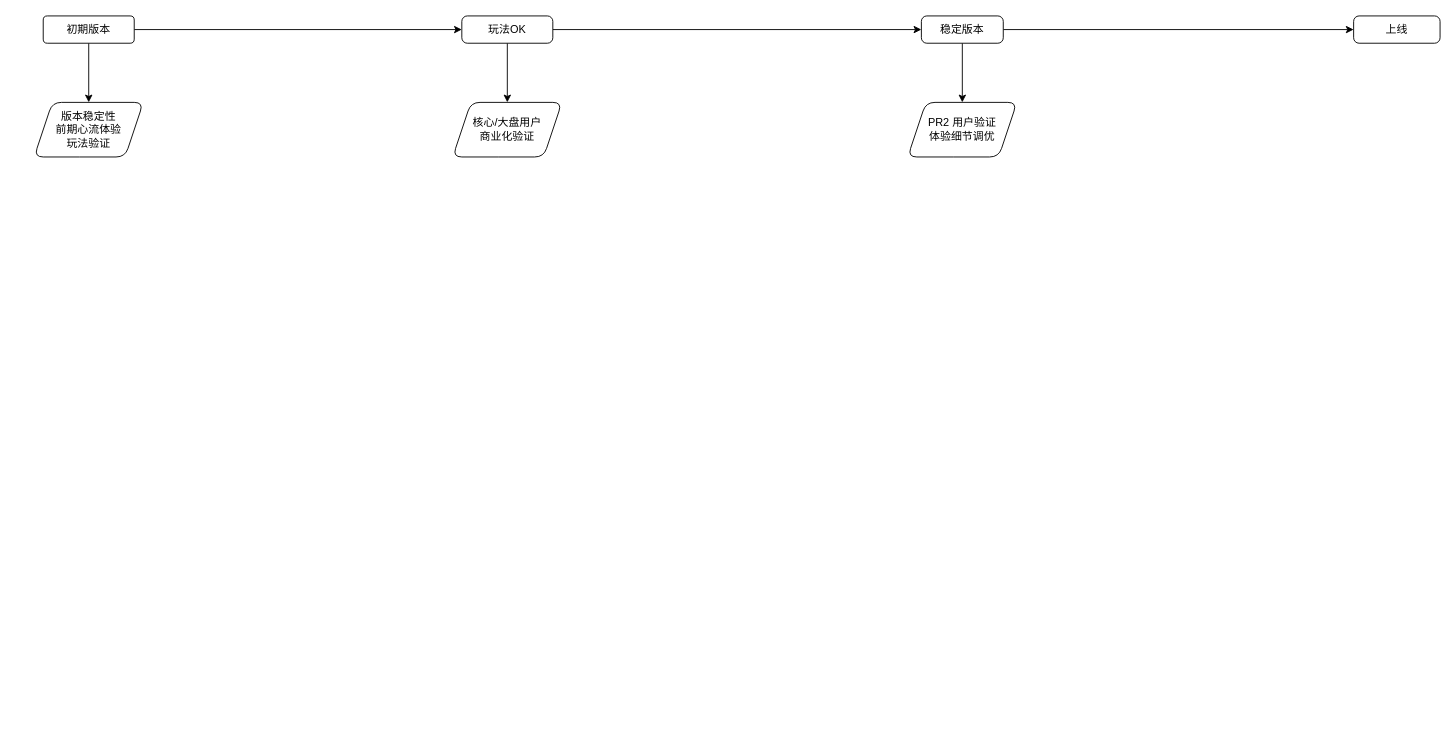
This is Untitled Diagram.drawio from rickyi22/create-a-thing, a draw.io file, before an edit. Source tidied: cells renumbered, new cells numbered last; positions are measured from the earlier drawing's top-left corner, leaving out a move shared by most shapes. Both pictures are drawn from the tidied source at 91%, with x=0, y=0 at pixel (34, 15).
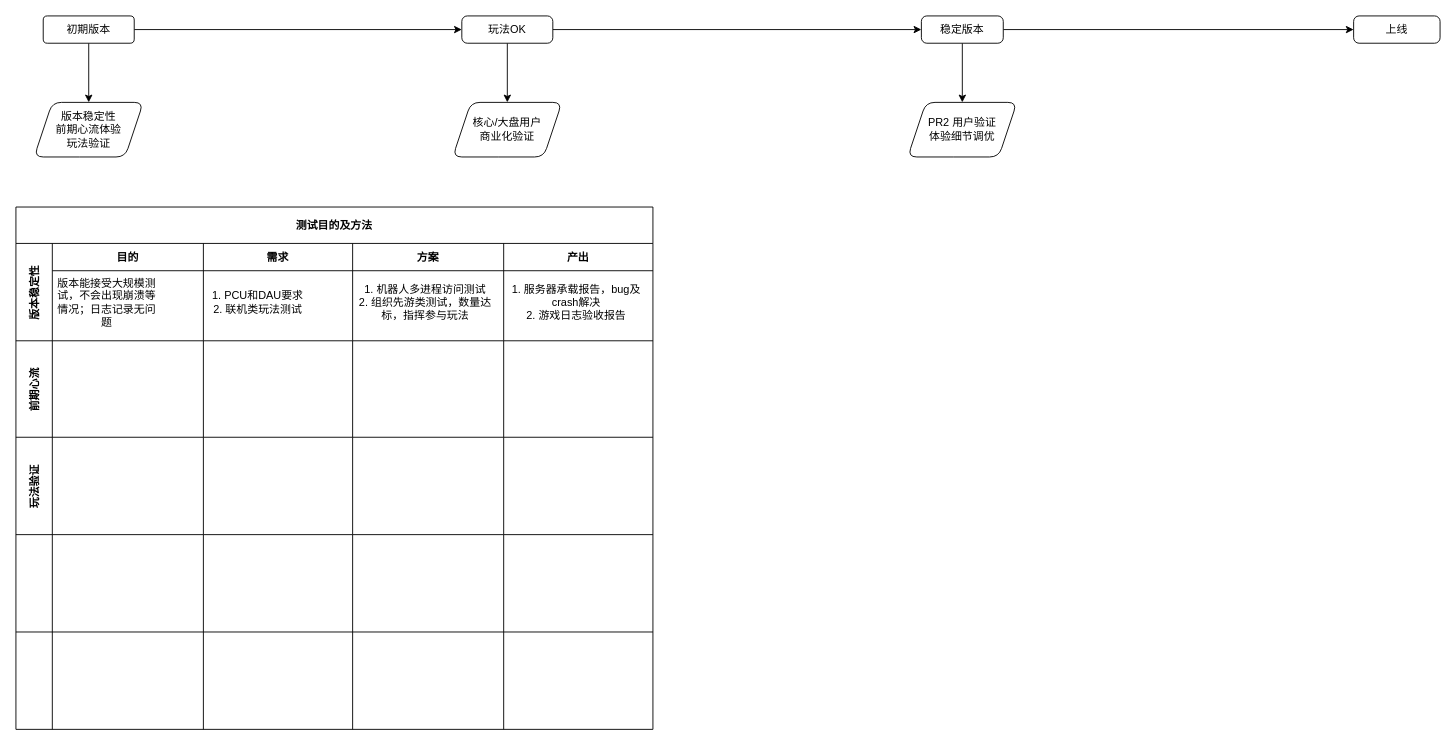
The same page after the edit.

Change to the diagram source:
```diff
@@
+    <mxCell id="15" value="测试目的及方法" style="shape=table;childLayout=tableLayout;startSize=40;fontStyle=1;" parent="1" vertex="1">
+      <mxGeometry x="-20" y="210" width="700" height="574" as="geometry" />
+    </mxCell>
+    <mxCell id="16" value="版本稳定性" style="shape=tableRow;horizontal=0;startSize=40;swimlaneHead=0;swimlaneBody=0;top=0;left=0;bottom=0;right=0;fillColor=none;fontStyle=1;" parent="15" vertex="1">
+      <mxGeometry y="40" width="700" height="107" as="geometry" />
+    </mxCell>
+    <mxCell id="17" value="目的" style="swimlane;swimlaneHead=0;swimlaneBody=0;fontStyle=0;fillColor=none;startSize=30;fontStyle=1;" parent="16" vertex="1">
+      <mxGeometry x="40" width="166" height="107" as="geometry" />
+    </mxCell>
+    <mxCell id="18" value="版本能接受大规模测试，不会出现崩溃等情况；日志记录无问题" style="text;html=1;strokeColor=none;fillColor=none;align=center;verticalAlign=middle;whiteSpace=wrap;rounded=0;" parent="17" vertex="1">
+      <mxGeometry y="30" width="120" height="70" as="geometry" />
+    </mxCell>
+    <mxCell id="19" value="需求" style="swimlane;swimlaneHead=0;swimlaneBody=0;fontStyle=0;fillColor=none;startSize=30;fontStyle=1;" parent="16" vertex="1">
+      <mxGeometry x="206" width="164" height="107" as="geometry" />
+    </mxCell>
+    <mxCell id="20" value="1. PCU和DAU要求&lt;br&gt;2. 联机类玩法测试" style="text;html=1;strokeColor=none;fillColor=none;align=center;verticalAlign=middle;whiteSpace=wrap;rounded=0;" parent="19" vertex="1">
+      <mxGeometry y="30" width="120" height="70" as="geometry" />
+    </mxCell>
+    <mxCell id="21" value="方案" style="swimlane;swimlaneHead=0;swimlaneBody=0;fontStyle=0;fillColor=none;startSize=30;fontStyle=1;" parent="16" vertex="1">
+      <mxGeometry x="370" width="166" height="107" as="geometry" />
+    </mxCell>
+    <mxCell id="22" value="1. 机器人多进程访问测试&lt;br&gt;2. 组织先游类测试，数量达标，指挥参与玩法" style="text;html=1;strokeColor=none;fillColor=none;align=center;verticalAlign=middle;whiteSpace=wrap;rounded=0;" parent="21" vertex="1">
+      <mxGeometry y="30" width="160" height="70" as="geometry" />
+    </mxCell>
+    <mxCell id="23" value="产出" style="swimlane;swimlaneHead=0;swimlaneBody=0;fontStyle=0;fillColor=none;startSize=30;fontStyle=1;" parent="16" vertex="1">
+      <mxGeometry x="536" width="164" height="107" as="geometry" />
+    </mxCell>
+    <mxCell id="24" value="1. 服务器承载报告，bug及crash解决&lt;br&gt;2. 游戏日志验收报告" style="text;html=1;strokeColor=none;fillColor=none;align=center;verticalAlign=middle;whiteSpace=wrap;rounded=0;" parent="23" vertex="1">
+      <mxGeometry y="30" width="160" height="70" as="geometry" />
+    </mxCell>
+    <mxCell id="25" value="前期心流" style="shape=tableRow;horizontal=0;startSize=40;swimlaneHead=0;swimlaneBody=0;top=0;left=0;bottom=0;right=0;fillColor=none;fontStyle=1;" parent="15" vertex="1">
+      <mxGeometry y="147" width="700" height="106" as="geometry" />
+    </mxCell>
+    <mxCell id="26" style="swimlane;swimlaneHead=0;swimlaneBody=0;fontStyle=0;fillColor=none;startSize=0;fontStyle=1;" parent="25" vertex="1">
+      <mxGeometry x="40" width="166" height="106" as="geometry" />
+    </mxCell>
+    <mxCell id="27" style="swimlane;swimlaneHead=0;swimlaneBody=0;fontStyle=0;fillColor=none;startSize=0;fontStyle=1;" parent="25" vertex="1">
+      <mxGeometry x="206" width="164" height="106" as="geometry" />
+    </mxCell>
+    <mxCell id="28" style="swimlane;swimlaneHead=0;swimlaneBody=0;fontStyle=0;fillColor=none;startSize=0;fontStyle=1;" parent="25" vertex="1">
+      <mxGeometry x="370" width="166" height="106" as="geometry" />
+    </mxCell>
+    <mxCell id="29" style="swimlane;swimlaneHead=0;swimlaneBody=0;fontStyle=0;fillColor=none;startSize=0;fontStyle=1;" parent="25" vertex="1">
+      <mxGeometry x="536" width="164" height="106" as="geometry" />
+    </mxCell>
+    <mxCell id="30" value="玩法验证" style="shape=tableRow;horizontal=0;startSize=40;swimlaneHead=0;swimlaneBody=0;top=0;left=0;bottom=0;right=0;fillColor=none;fontStyle=1;" parent="15" vertex="1">
+      <mxGeometry y="253" width="700" height="107" as="geometry" />
+    </mxCell>
+    <mxCell id="31" style="swimlane;swimlaneHead=0;swimlaneBody=0;fontStyle=0;fillColor=none;startSize=0;fontStyle=1;" parent="30" vertex="1">
+      <mxGeometry x="40" width="166" height="107" as="geometry" />
+    </mxCell>
+    <mxCell id="32" style="swimlane;swimlaneHead=0;swimlaneBody=0;fontStyle=0;fillColor=none;startSize=0;fontStyle=1;" parent="30" vertex="1">
+      <mxGeometry x="206" width="164" height="107" as="geometry" />
+    </mxCell>
+    <mxCell id="33" style="swimlane;swimlaneHead=0;swimlaneBody=0;fontStyle=0;fillColor=none;startSize=0;fontStyle=1;" parent="30" vertex="1">
+      <mxGeometry x="370" width="166" height="107" as="geometry" />
+    </mxCell>
+    <mxCell id="34" style="swimlane;swimlaneHead=0;swimlaneBody=0;fontStyle=0;fillColor=none;startSize=0;fontStyle=1;" parent="30" vertex="1">
+      <mxGeometry x="536" width="164" height="107" as="geometry" />
+    </mxCell>
+    <mxCell id="35" style="shape=tableRow;horizontal=0;startSize=40;swimlaneHead=0;swimlaneBody=0;top=0;left=0;bottom=0;right=0;fillColor=none;fontStyle=1;" parent="15" vertex="1">
+      <mxGeometry y="360" width="700" height="107" as="geometry" />
+    </mxCell>
+    <mxCell id="36" style="swimlane;swimlaneHead=0;swimlaneBody=0;fontStyle=0;fillColor=none;startSize=0;fontStyle=1;" parent="35" vertex="1">
+      <mxGeometry x="40" width="166" height="107" as="geometry" />
+    </mxCell>
+    <mxCell id="37" style="swimlane;swimlaneHead=0;swimlaneBody=0;fontStyle=0;fillColor=none;startSize=0;fontStyle=1;" parent="35" vertex="1">
+      <mxGeometry x="206" width="164" height="107" as="geometry" />
+    </mxCell>
+    <mxCell id="38" style="swimlane;swimlaneHead=0;swimlaneBody=0;fontStyle=0;fillColor=none;startSize=0;fontStyle=1;" parent="35" vertex="1">
+      <mxGeometry x="370" width="166" height="107" as="geometry" />
+    </mxCell>
+    <mxCell id="39" style="swimlane;swimlaneHead=0;swimlaneBody=0;fontStyle=0;fillColor=none;startSize=0;fontStyle=1;" parent="35" vertex="1">
+      <mxGeometry x="536" width="164" height="107" as="geometry" />
+    </mxCell>
+    <mxCell id="40" style="shape=tableRow;horizontal=0;startSize=40;swimlaneHead=0;swimlaneBody=0;top=0;left=0;bottom=0;right=0;fillColor=none;fontStyle=1;" parent="15" vertex="1">
+      <mxGeometry y="467" width="700" height="107" as="geometry" />
+    </mxCell>
+    <mxCell id="41" style="swimlane;swimlaneHead=0;swimlaneBody=0;fontStyle=0;fillColor=none;startSize=0;fontStyle=1;" parent="40" vertex="1">
+      <mxGeometry x="40" width="166" height="107" as="geometry" />
+    </mxCell>
+    <mxCell id="42" style="swimlane;swimlaneHead=0;swimlaneBody=0;fontStyle=0;fillColor=none;startSize=0;fontStyle=1;" parent="40" vertex="1">
+      <mxGeometry x="206" width="164" height="107" as="geometry" />
+    </mxCell>
+    <mxCell id="43" style="swimlane;swimlaneHead=0;swimlaneBody=0;fontStyle=0;fillColor=none;startSize=0;fontStyle=1;" parent="40" vertex="1">
+      <mxGeometry x="370" width="166" height="107" as="geometry" />
+    </mxCell>
+    <mxCell id="44" style="swimlane;swimlaneHead=0;swimlaneBody=0;fontStyle=0;fillColor=none;startSize=0;fontStyle=1;" parent="40" vertex="1">
+      <mxGeometry x="536" width="164" height="107" as="geometry" />
+    </mxCell>
```
